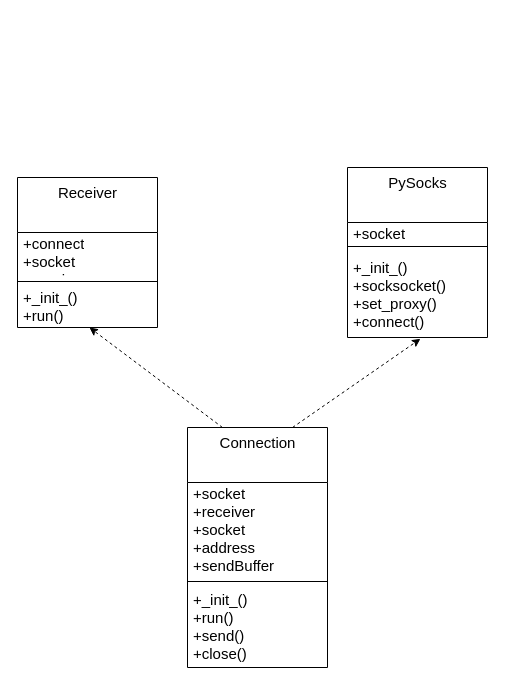
The draw.io diagram p2p.drawio in Whistle1988/code, before the edit. Source tidied: cells renumbered, new cells numbered last; positions are measured from the earlier drawing's top-left corner, leaving out a move shared by most shapes. Both pictures are drawn from the tidied source at 100%, with x=0, y=0 at pixel (17, 167).
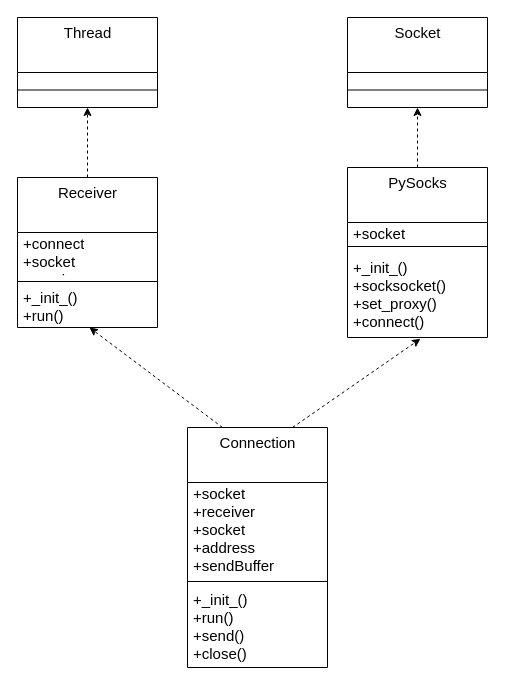
The same page after the edit.

Unchanged cells that the change refers to:
```xml
<mxCell id="2" value="Receiver" style="swimlane;fontStyle=0;align=center;verticalAlign=top;horizontal=1;startSize=55;html=1;fontSize=15;" parent="1" vertex="1">
  <mxGeometry y="10" width="140" height="150" as="geometry" />
</mxCell>
<mxCell id="6" value="PySocks" style="swimlane;fontStyle=0;align=center;verticalAlign=top;horizontal=1;startSize=55;html=1;fontSize=15;" parent="1" vertex="1">
  <mxGeometry x="330" width="140" height="170" as="geometry" />
</mxCell>
```

The edit, as a diff of the source:
```diff
@@
+    <mxCell id="16" style="edgeStyle=none;rounded=0;jettySize=auto;html=1;entryX=0.5;entryY=1;entryDx=0;entryDy=0;dashed=1;fontSize=15;" parent="1" edge="1" source="2" target="18">
+      <mxGeometry relative="1" as="geometry" />
+    </mxCell>
@@
+    <mxCell id="17" style="edgeStyle=none;rounded=0;jettySize=auto;html=1;dashed=1;fontSize=15;" parent="1" edge="1" source="6" target="21">
+      <mxGeometry relative="1" as="geometry" />
+    </mxCell>
@@
+    <mxCell id="18" value="Thread" style="swimlane;fontStyle=0;align=center;verticalAlign=top;horizontal=1;startSize=55;html=1;fontSize=15;" parent="1" vertex="1">
+      <mxGeometry y="-150" width="140" height="90" as="geometry" />
+    </mxCell>
+    <mxCell id="19" style="line;strokeWidth=1;fillColor=none;align=left;verticalAlign=middle;spacingTop=-1;spacingLeft=3;spacingRight=3;labelPosition=right;" parent="18" vertex="1">
+      <mxGeometry y="55" width="140" height="35" as="geometry" />
+    </mxCell>
+    <mxCell id="20" value="Socket" style="swimlane;fontStyle=0;align=center;verticalAlign=top;horizontal=1;startSize=55;html=1;fontSize=15;" parent="1" vertex="1">
+      <mxGeometry x="330" y="-150" width="140" height="90" as="geometry" />
+    </mxCell>
+    <mxCell id="21" style="line;strokeWidth=1;fillColor=none;align=left;verticalAlign=middle;spacingTop=-1;spacingLeft=3;spacingRight=3;labelPosition=right;points=[];portConstraint=eastwest;" parent="20" vertex="1">
+      <mxGeometry y="55" width="140" height="35" as="geometry" />
+    </mxCell>
```
